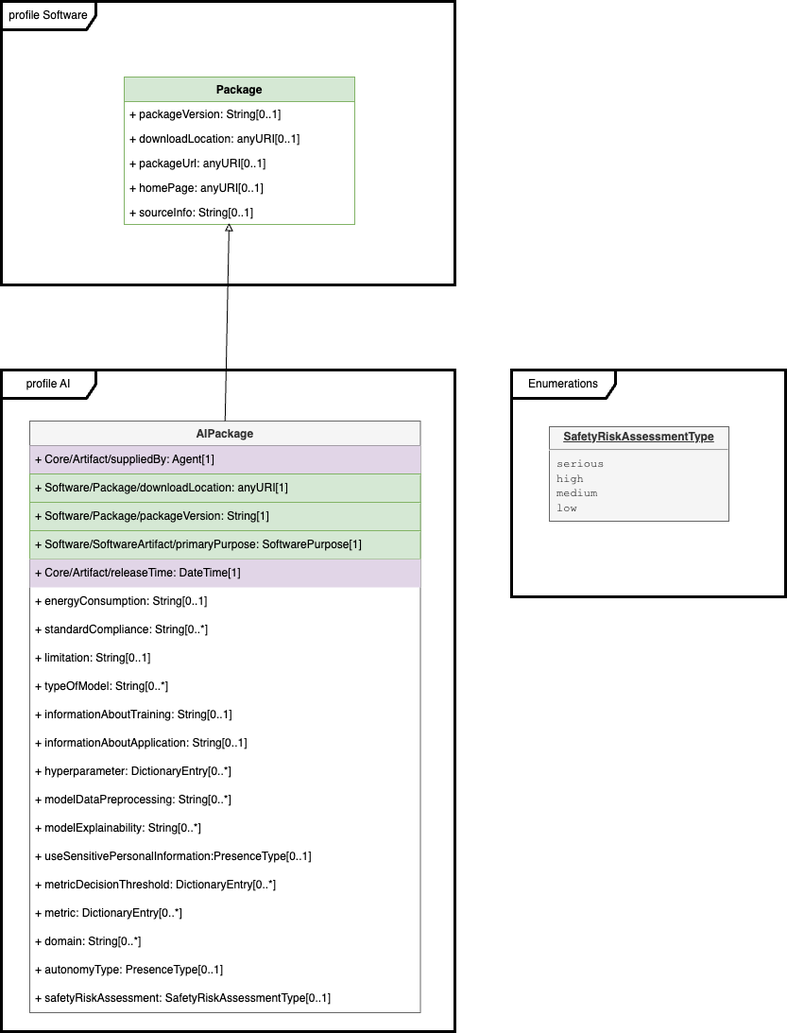
This is model AI.png from spdx/spdx-3-model, a draw.io export, as it was before one commit. Source tidied: cells renumbered, new cells last; positions are measured from the earlier drawing's top-left corner, leaving out a move shared by most shapes.
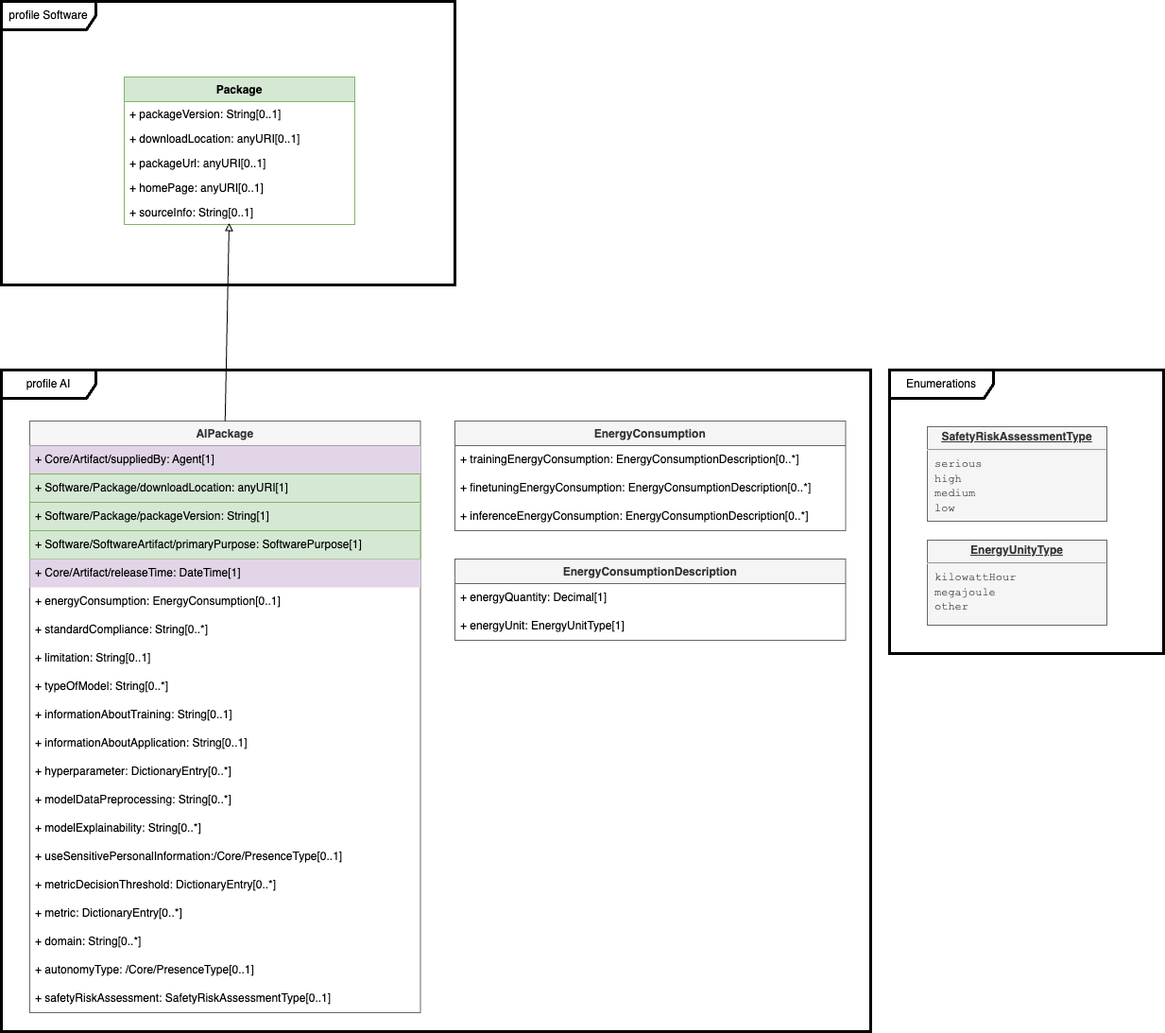
Above is the later version.

Diff of the diagram source:
```diff
@@ -24,7 +24,7 @@
       <mxGeometry y="130" width="244" height="26" as="geometry" />
     </mxCell>
     <mxCell id="9" value="profile AI" style="shape=umlFrame;whiteSpace=wrap;html=1;width=100;height=30;strokeWidth=3;" parent="1" vertex="1">
-      <mxGeometry y="390" width="480" height="700" as="geometry" />
+      <mxGeometry y="390" width="920" height="700" as="geometry" />
     </mxCell>
     <mxCell id="10" value="AIPackage" style="swimlane;fontStyle=1;horizontal=1;startSize=26;fillColor=#f5f5f5;strokeColor=#666666;fontColor=#333333;" parent="1" vertex="1">
       <mxGeometry x="30" y="444" width="413.5" height="626" as="geometry" />
@@ -44,7 +44,7 @@
     <mxCell id="15" value="+ Core/Artifact/releaseTime: DateTime[1]" style="text;strokeColor=none;fillColor=#E1D5E7;align=left;verticalAlign=middle;spacingLeft=4;spacingRight=4;overflow=hidden;whiteSpace=wrap;html=1;" parent="10" vertex="1">
       <mxGeometry y="146" width="413.5" height="30" as="geometry" />
     </mxCell>
-    <mxCell id="16" value="+ energyConsumption: String[0..1]" style="text;strokeColor=none;fillColor=none;align=left;verticalAlign=middle;spacingLeft=4;spacingRight=4;overflow=hidden;whiteSpace=wrap;html=1;" parent="10" vertex="1">
+    <mxCell id="16" value="+ energyConsumption: EnergyConsumption[0..1]" style="text;strokeColor=none;fillColor=none;align=left;verticalAlign=middle;spacingLeft=4;spacingRight=4;overflow=hidden;whiteSpace=wrap;html=1;" parent="10" vertex="1">
       <mxGeometry y="176" width="413.5" height="30" as="geometry" />
     </mxCell>
     <mxCell id="17" value="+ standardCompliance: String[0..*]" style="text;strokeColor=none;fillColor=none;align=left;verticalAlign=middle;spacingLeft=4;spacingRight=4;overflow=hidden;whiteSpace=wrap;html=1;" parent="10" vertex="1">
@@ -71,7 +71,7 @@
     <mxCell id="24" value="+ modelExplainability: String[0..*]" style="text;strokeColor=none;fillColor=none;align=left;verticalAlign=middle;spacingLeft=4;spacingRight=4;overflow=hidden;whiteSpace=wrap;html=1;" parent="10" vertex="1">
       <mxGeometry y="416" width="413.5" height="30" as="geometry" />
     </mxCell>
-    <mxCell id="25" value="+ useSensitivePersonalInformation:PresenceType[0..1]" style="text;strokeColor=none;fillColor=none;align=left;verticalAlign=middle;spacingLeft=4;spacingRight=4;overflow=hidden;whiteSpace=wrap;html=1;" parent="10" vertex="1">
+    <mxCell id="25" value="+ useSensitivePersonalInformation:/Core/PresenceType[0..1]" style="text;strokeColor=none;fillColor=none;align=left;verticalAlign=middle;spacingLeft=4;spacingRight=4;overflow=hidden;whiteSpace=wrap;html=1;" parent="10" vertex="1">
       <mxGeometry y="446" width="413.5" height="30" as="geometry" />
     </mxCell>
     <mxCell id="26" value="+ metricDecisionThreshold: DictionaryEntry[0..*]" style="text;strokeColor=none;fillColor=none;align=left;verticalAlign=middle;spacingLeft=4;spacingRight=4;overflow=hidden;whiteSpace=wrap;html=1;" parent="10" vertex="1">
@@ -83,7 +83,7 @@
     <mxCell id="28" value="+ domain: String[0..*]" style="text;strokeColor=none;fillColor=none;align=left;verticalAlign=middle;spacingLeft=4;spacingRight=4;overflow=hidden;whiteSpace=wrap;html=1;" parent="10" vertex="1">
       <mxGeometry y="536" width="413.5" height="30" as="geometry" />
     </mxCell>
-    <mxCell id="29" value="+ autonomyType: PresenceType[0..1]" style="text;strokeColor=none;fillColor=none;align=left;verticalAlign=middle;spacingLeft=4;spacingRight=4;overflow=hidden;whiteSpace=wrap;html=1;" parent="10" vertex="1">
+    <mxCell id="29" value="+ autonomyType: /Core/PresenceType[0..1]" style="text;strokeColor=none;fillColor=none;align=left;verticalAlign=middle;spacingLeft=4;spacingRight=4;overflow=hidden;whiteSpace=wrap;html=1;" parent="10" vertex="1">
       <mxGeometry y="566" width="413.5" height="30" as="geometry" />
     </mxCell>
     <mxCell id="30" value="+ safetyRiskAssessment: SafetyRiskAssessmentType[0..1]" style="text;strokeColor=none;fillColor=none;align=left;verticalAlign=middle;spacingLeft=4;spacingRight=4;overflow=hidden;whiteSpace=wrap;html=1;" parent="10" vertex="1">
@@ -93,10 +93,34 @@
       <mxGeometry relative="1" as="geometry" />
     </mxCell>
     <mxCell id="32" value="Enumerations" style="shape=umlFrame;whiteSpace=wrap;html=1;width=110;height=30;strokeWidth=3;" parent="1" vertex="1">
-      <mxGeometry x="540" y="390" width="290" height="240" as="geometry" />
+      <mxGeometry x="940" y="390" width="290" height="300" as="geometry" />
     </mxCell>
     <mxCell id="33" value="&lt;p style=&quot;margin: 0px ; margin-top: 4px ; text-align: center ; text-decoration: underline&quot;&gt;&lt;b&gt;SafetyRiskAssessmentType&lt;/b&gt;&lt;/p&gt;&lt;hr&gt;&lt;p style=&quot;margin: 0px ; margin-left: 8px&quot;&gt;&lt;font face=&quot;Courier New&quot;&gt;serious&lt;/font&gt;&lt;/p&gt;&lt;p style=&quot;margin: 0px ; margin-left: 8px&quot;&gt;&lt;font face=&quot;Courier New&quot;&gt;high&lt;/font&gt;&lt;/p&gt;&lt;p style=&quot;margin: 0px ; margin-left: 8px&quot;&gt;&lt;font face=&quot;Courier New&quot;&gt;medium&lt;/font&gt;&lt;/p&gt;&lt;p style=&quot;margin: 0px ; margin-left: 8px&quot;&gt;&lt;font face=&quot;Courier New&quot;&gt;low&lt;/font&gt;&lt;/p&gt;" style="verticalAlign=top;align=left;overflow=fill;fontSize=12;fontFamily=Helvetica;html=1;fillColor=#f5f5f5;strokeColor=#666666;fontColor=#333333;" parent="1" vertex="1">
-      <mxGeometry x="580" y="450" width="190" height="100" as="geometry" />
+      <mxGeometry x="980" y="450" width="190" height="100" as="geometry" />
     </mxCell>
+    <mxCell id="34" value="EnergyConsumption" style="swimlane;fontStyle=1;horizontal=1;startSize=26;fillColor=#f5f5f5;strokeColor=#666666;fontColor=#333333;" parent="1" vertex="1">
+      <mxGeometry x="480" y="444" width="413.5" height="116" as="geometry" />
+    </mxCell>
+    <mxCell id="35" value="+ trainingEnergyConsumption: EnergyConsumptionDescription[0..*]" style="text;strokeColor=none;fillColor=none;align=left;verticalAlign=middle;spacingLeft=4;spacingRight=4;overflow=hidden;whiteSpace=wrap;html=1;" parent="34" vertex="1">
+      <mxGeometry y="26" width="413.5" height="30" as="geometry" />
+    </mxCell>
+    <mxCell id="36" value="+ finetuningEnergyConsumption: EnergyConsumptionDescription[0..*]" style="text;strokeColor=none;fillColor=none;align=left;verticalAlign=middle;spacingLeft=4;spacingRight=4;overflow=hidden;whiteSpace=wrap;html=1;" parent="34" vertex="1">
+      <mxGeometry y="56" width="413.5" height="30" as="geometry" />
+    </mxCell>
+    <mxCell id="37" value="+ inferenceEnergyConsumption: EnergyConsumptionDescription[0..*]" style="text;strokeColor=none;fillColor=none;align=left;verticalAlign=middle;spacingLeft=4;spacingRight=4;overflow=hidden;whiteSpace=wrap;html=1;" parent="34" vertex="1">
+      <mxGeometry y="86" width="413.5" height="30" as="geometry" />
+    </mxCell>
+    <mxCell id="38" value="EnergyConsumptionDescription" style="swimlane;fontStyle=1;horizontal=1;startSize=26;fillColor=#f5f5f5;strokeColor=#666666;fontColor=#333333;" parent="1" vertex="1">
+      <mxGeometry x="480" y="590" width="413.5" height="86" as="geometry" />
+    </mxCell>
+    <mxCell id="39" value="+ energyQuantity: Decimal[1]" style="text;strokeColor=none;fillColor=none;align=left;verticalAlign=middle;spacingLeft=4;spacingRight=4;overflow=hidden;whiteSpace=wrap;html=1;" parent="38" vertex="1">
+      <mxGeometry y="26" width="413.5" height="30" as="geometry" />
+    </mxCell>
+    <mxCell id="40" value="+ energyUnit: EnergyUnitType[1]" style="text;strokeColor=none;fillColor=none;align=left;verticalAlign=middle;spacingLeft=4;spacingRight=4;overflow=hidden;whiteSpace=wrap;html=1;" parent="38" vertex="1">
+      <mxGeometry y="56" width="413.5" height="30" as="geometry" />
+    </mxCell>
+    <mxCell id="41" value="&lt;p style=&quot;margin: 0px ; margin-top: 4px ; text-align: center ; text-decoration: underline&quot;&gt;&lt;b&gt;EnergyUnityType&lt;/b&gt;&lt;/p&gt;&lt;hr&gt;&lt;p style=&quot;margin: 0px ; margin-left: 8px&quot;&gt;&lt;font face=&quot;Courier New&quot;&gt;kilowattHour&lt;/font&gt;&lt;/p&gt;&lt;p style=&quot;margin: 0px ; margin-left: 8px&quot;&gt;&lt;font face=&quot;Courier New&quot;&gt;megajoule&lt;/font&gt;&lt;/p&gt;&lt;p style=&quot;margin: 0px ; margin-left: 8px&quot;&gt;&lt;font face=&quot;Courier New&quot;&gt;other&lt;/font&gt;&lt;/p&gt;" style="verticalAlign=top;align=left;overflow=fill;fontSize=12;fontFamily=Helvetica;html=1;fillColor=#f5f5f5;strokeColor=#666666;fontColor=#333333;" parent="1" vertex="1">
+      <mxGeometry x="980" y="570" width="190" height="90" as="geometry" />
+    </mxCell>
   </root>
 </mxGraphModel>
```
